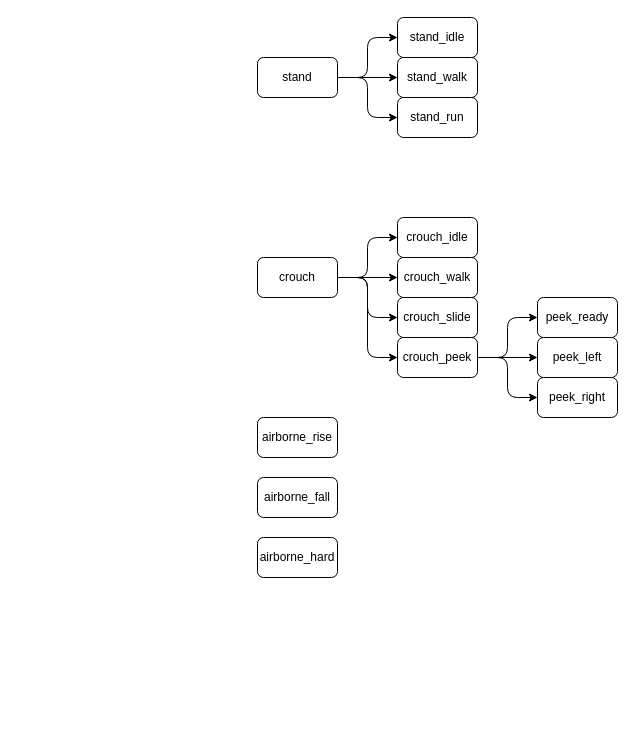
Above: samples/immsim_controller/player_state.drawio in laoguowangCP/godot-statechart-sharp (draw.io), before the change. Source tidied: cells renumbered, new cells numbered last; positions are measured from the earlier drawing's top-left corner, leaving out a move shared by most shapes. Both pictures are drawn from the tidied source at 100%, with x=0, y=0 at pixel (257, 17).
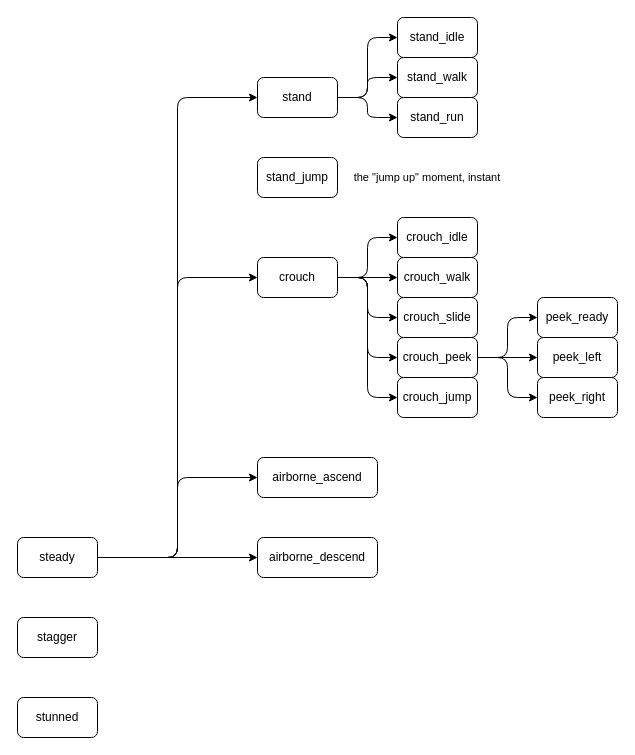
Above is the later version.

Commit message (it also covers changes not shown here):
Add "instant transition".

The change refers to these unchanged cells:
```xml
<mxCell id="18" value="crouch" style="rounded=1;whiteSpace=wrap;html=1;" parent="1" vertex="1">
  <mxGeometry y="240" width="80" height="40" as="geometry" />
</mxCell>
```

Diff of the diagram source:
```diff
@@
+    <mxCell id="27" style="edgeStyle=orthogonalEdgeStyle;shape=connector;rounded=1;jettySize=auto;html=1;exitX=1;exitY=0.5;exitDx=0;exitDy=0;entryX=0;entryY=0.5;entryDx=0;entryDy=0;labelBackgroundColor=default;strokeColor=default;fontFamily=Helvetica;fontSize=11;fontColor=default;endArrow=classic;" parent="1" edge="1" source="18" target="35">
+      <mxGeometry relative="1" as="geometry" />
+    </mxCell>
@@
     <mxCell id="22" value="stand" style="rounded=1;whiteSpace=wrap;html=1;" parent="1" vertex="1">
-      <mxGeometry y="40" width="80" height="40" as="geometry" />
+      <mxGeometry y="60" width="80" height="40" as="geometry" />
     </mxCell>
@@
-    <mxCell id="24" value="airborne_rise" style="rounded=1;whiteSpace=wrap;html=1;" parent="1" vertex="1">
-      <mxGeometry y="400" width="80" height="40" as="geometry" />
+    <mxCell id="24" value="airborne_ascend" style="rounded=1;whiteSpace=wrap;html=1;" parent="1" vertex="1">
+      <mxGeometry y="440" width="120" height="40" as="geometry" />
     </mxCell>
-    <mxCell id="25" value="airborne_fall" style="rounded=1;whiteSpace=wrap;html=1;" parent="1" vertex="1">
-      <mxGeometry y="460" width="80" height="40" as="geometry" />
+    <mxCell id="25" value="airborne_descend" style="rounded=1;whiteSpace=wrap;html=1;" parent="1" vertex="1">
+      <mxGeometry y="520" width="120" height="40" as="geometry" />
     </mxCell>
+    <mxCell id="28" style="edgeStyle=orthogonalEdgeStyle;rounded=1;jettySize=auto;html=1;exitX=1;exitY=0.5;exitDx=0;exitDy=0;entryX=0;entryY=0.5;entryDx=0;entryDy=0;" parent="1" edge="1" source="26" target="22">
+      <mxGeometry relative="1" as="geometry" />
+    </mxCell>
+    <mxCell id="29" style="edgeStyle=orthogonalEdgeStyle;shape=connector;rounded=1;jettySize=auto;html=1;exitX=1;exitY=0.5;exitDx=0;exitDy=0;entryX=0;entryY=0.5;entryDx=0;entryDy=0;labelBackgroundColor=default;strokeColor=default;fontFamily=Helvetica;fontSize=11;fontColor=default;endArrow=classic;" parent="1" edge="1" source="26" target="18">
+      <mxGeometry relative="1" as="geometry" />
+    </mxCell>
+    <mxCell id="30" style="edgeStyle=orthogonalEdgeStyle;shape=connector;rounded=1;jettySize=auto;html=1;exitX=1;exitY=0.5;exitDx=0;exitDy=0;entryX=0;entryY=0.5;entryDx=0;entryDy=0;labelBackgroundColor=default;strokeColor=default;fontFamily=Helvetica;fontSize=11;fontColor=default;endArrow=classic;" parent="1" edge="1" source="26" target="24">
+      <mxGeometry relative="1" as="geometry" />
+    </mxCell>
+    <mxCell id="31" style="edgeStyle=orthogonalEdgeStyle;shape=connector;rounded=1;jettySize=auto;html=1;exitX=1;exitY=0.5;exitDx=0;exitDy=0;entryX=0;entryY=0.5;entryDx=0;entryDy=0;labelBackgroundColor=default;strokeColor=default;fontFamily=Helvetica;fontSize=11;fontColor=default;endArrow=classic;" parent="1" edge="1" source="26" target="25">
+      <mxGeometry relative="1" as="geometry" />
+    </mxCell>
-    <mxCell id="26" value="airborne_hard" style="rounded=1;whiteSpace=wrap;html=1;" parent="1" vertex="1">
-      <mxGeometry y="520" width="80" height="40" as="geometry" />
+    <mxCell id="26" value="steady" style="rounded=1;whiteSpace=wrap;html=1;" parent="1" vertex="1">
+      <mxGeometry x="-240" y="520" width="80" height="40" as="geometry" />
     </mxCell>
+    <mxCell id="32" value="stagger" style="rounded=1;whiteSpace=wrap;html=1;" parent="1" vertex="1">
+      <mxGeometry x="-240" y="600" width="80" height="40" as="geometry" />
+    </mxCell>
+    <mxCell id="33" value="stunned" style="rounded=1;whiteSpace=wrap;html=1;" parent="1" vertex="1">
+      <mxGeometry x="-240" y="680" width="80" height="40" as="geometry" />
+    </mxCell>
+    <mxCell id="34" value="stand_jump" style="rounded=1;whiteSpace=wrap;html=1;" parent="1" vertex="1">
+      <mxGeometry y="140" width="80" height="40" as="geometry" />
+    </mxCell>
+    <mxCell id="35" value="crouch_jump" style="rounded=1;whiteSpace=wrap;html=1;" parent="1" vertex="1">
+      <mxGeometry x="140" y="360" width="80" height="40" as="geometry" />
+    </mxCell>
+    <mxCell id="36" value="the &quot;jump up&quot; moment, instant" style="text;html=1;strokeColor=none;fillColor=none;align=center;verticalAlign=middle;whiteSpace=wrap;rounded=0;fontSize=11;fontFamily=Helvetica;fontColor=default;" parent="1" vertex="1">
+      <mxGeometry x="90" y="140" width="160" height="40" as="geometry" />
+    </mxCell>
```
